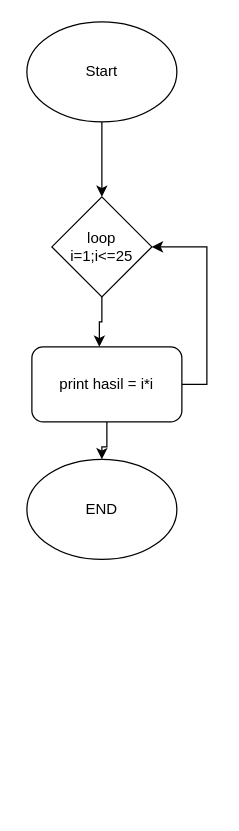
Above: Untitled Diagram.drawio in aboutdevz/classic (draw.io), before the change. Source tidied: cells renumbered, new cells numbered last; positions are measured from the earlier drawing's top-left corner, leaving out a move shared by most shapes. Both pictures are drawn from the tidied source at 125%, with x=0, y=0 at pixel (26, 21).
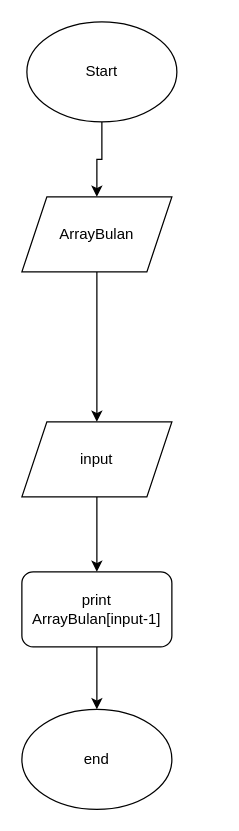
Above is the later version.

What changed in the source:
```diff
@@
 <mxGraphModel>
   <root>
-    <mxCell id="0" />
-    <mxCell id="1" parent="0" />
-    <mxCell id="2" style="edgeStyle=orthogonalEdgeStyle;rounded=0;jettySize=auto;html=1;exitX=0.5;exitY=1;exitDx=0;exitDy=0;entryX=0.5;entryY=0;entryDx=0;entryDy=0;" parent="1" edge="1" source="3" target="5">
-      <mxGeometry relative="1" as="geometry" />
-    </mxCell>
+    <mxCell id="10" />
+    <mxCell id="11" parent="10" />
+    <mxCell id="12" style="edgeStyle=orthogonalEdgeStyle;rounded=0;jettySize=auto;html=1;exitX=0.5;exitY=1;exitDx=0;exitDy=0;" parent="11" edge="1" source="3" target="14">
+      <mxGeometry relative="1" as="geometry" />
+    </mxCell>
-    <mxCell id="3" value="Start" style="ellipse;whiteSpace=wrap;html=1;" parent="1" vertex="1">
+    <mxCell id="3" value="Start" style="ellipse;whiteSpace=wrap;html=1;" parent="11" vertex="1">
       <mxGeometry width="120" height="80" as="geometry" />
     </mxCell>
-    <mxCell id="4" style="edgeStyle=orthogonalEdgeStyle;rounded=0;jettySize=auto;html=1;exitX=0.5;exitY=1;exitDx=0;exitDy=0;entryX=0.45;entryY=0;entryDx=0;entryDy=0;entryPerimeter=0;" parent="1" edge="1" source="5" target="8">
-      <mxGeometry relative="1" as="geometry" />
-    </mxCell>
-    <mxCell id="5" value="loop&lt;br&gt;i=1;i&amp;lt;=25" style="rhombus;whiteSpace=wrap;html=1;" parent="1" vertex="1">
-      <mxGeometry x="20" y="140" width="80" height="80" as="geometry" />
-    </mxCell>
-    <mxCell id="6" style="edgeStyle=orthogonalEdgeStyle;rounded=0;jettySize=auto;html=1;exitX=1;exitY=0.5;exitDx=0;exitDy=0;entryX=1;entryY=0.5;entryDx=0;entryDy=0;" parent="1" edge="1" source="8" target="5">
-      <mxGeometry relative="1" as="geometry" />
-    </mxCell>
-    <mxCell id="7" style="edgeStyle=orthogonalEdgeStyle;rounded=0;jettySize=auto;html=1;exitX=0.5;exitY=1;exitDx=0;exitDy=0;" parent="1" edge="1" source="8" target="9">
-      <mxGeometry relative="1" as="geometry" />
-    </mxCell>
-    <mxCell id="8" value="print hasil = i*i" style="rounded=1;whiteSpace=wrap;html=1;" parent="1" vertex="1">
-      <mxGeometry x="4" y="260" width="120" height="60" as="geometry" />
-    </mxCell>
-    <mxCell id="9" value="END" style="ellipse;whiteSpace=wrap;html=1;" parent="1" vertex="1">
-      <mxGeometry y="350" width="120" height="80" as="geometry" />
-    </mxCell>
+    <mxCell id="13" style="edgeStyle=orthogonalEdgeStyle;rounded=0;jettySize=auto;html=1;exitX=0.5;exitY=1;exitDx=0;exitDy=0;" parent="11" edge="1" source="14" target="16">
+      <mxGeometry relative="1" as="geometry" />
+    </mxCell>
+    <mxCell id="14" value="ArrayBulan" style="shape=parallelogram;perimeter=parallelogramPerimeter;whiteSpace=wrap;html=1;fixedSize=1;" parent="11" vertex="1">
+      <mxGeometry x="-4" y="140" width="120" height="60" as="geometry" />
+    </mxCell>
+    <mxCell id="15" style="edgeStyle=orthogonalEdgeStyle;rounded=0;jettySize=auto;html=1;exitX=0.5;exitY=1;exitDx=0;exitDy=0;entryX=0.5;entryY=0;entryDx=0;entryDy=0;" parent="11" edge="1" source="16" target="18">
+      <mxGeometry relative="1" as="geometry" />
+    </mxCell>
+    <mxCell id="16" value="input" style="shape=parallelogram;perimeter=parallelogramPerimeter;whiteSpace=wrap;html=1;fixedSize=1;" parent="11" vertex="1">
+      <mxGeometry x="-4" y="320" width="120" height="60" as="geometry" />
+    </mxCell>
+    <mxCell id="17" style="edgeStyle=orthogonalEdgeStyle;rounded=0;jettySize=auto;html=1;exitX=0.5;exitY=1;exitDx=0;exitDy=0;entryX=0.5;entryY=0;entryDx=0;entryDy=0;" parent="11" edge="1" source="18" target="19">
+      <mxGeometry relative="1" as="geometry" />
+    </mxCell>
+    <mxCell id="18" value="print ArrayBulan[input-1]" style="rounded=1;whiteSpace=wrap;html=1;" parent="11" vertex="1">
+      <mxGeometry x="-4" y="440" width="120" height="60" as="geometry" />
+    </mxCell>
+    <mxCell id="19" value="end" style="ellipse;whiteSpace=wrap;html=1;" parent="11" vertex="1">
+      <mxGeometry x="-4" y="550" width="120" height="80" as="geometry" />
+    </mxCell>
   </root>
 </mxGraphModel>
```
